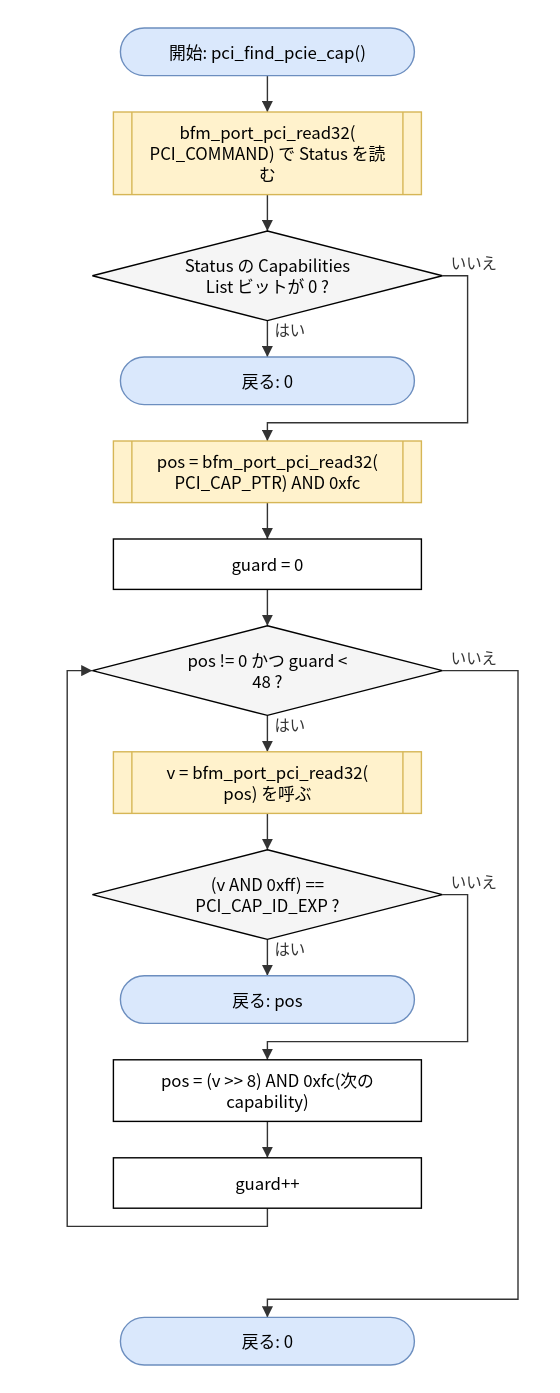
hf355051012-ai/bfmem keeps this draw.io diagram as doc/spec/images/flow_src_bfm_pci-pci_find_pcie_cap.drawio.svg. Above is the earlier version. Source tidied: cells renumbered, new cells last; positions are measured from the earlier drawing's top-left corner, leaving out a move shared by most shapes. Source of this version:
```xml
<mxGraphModel>
  <root>
    <mxCell id="0" />
    <mxCell id="1" parent="0" />
    <mxCell id="2" value="開始: pci_find_pcie_cap()" style="rounded=1;arcSize=50;whiteSpace=wrap;html=1;fillColor=#dae8fc;strokeColor=#6c8ebf;" parent="1" vertex="1">
      <mxGeometry x="38" width="210" height="34" as="geometry" />
    </mxCell>
    <mxCell id="3" value="bfm_port_pci_read32(&lt;br&gt;PCI_COMMAND) で Status を読&lt;br&gt;む" style="shape=process;whiteSpace=wrap;html=1;backgroundOutline=1;size=0.06;fillColor=#fff2cc;strokeColor=#d6b656;" parent="1" vertex="1">
      <mxGeometry x="33" y="60" width="220" height="59" as="geometry" />
    </mxCell>
    <mxCell id="4" value="Status の Capabilities&lt;br&gt;List ビットが 0 ?" style="rhombus;whiteSpace=wrap;html=1;fillColor=#f5f5f5;" parent="1" vertex="1">
      <mxGeometry x="18" y="145" width="250" height="64" as="geometry" />
    </mxCell>
    <mxCell id="5" value="戻る: 0" style="rounded=1;arcSize=50;whiteSpace=wrap;html=1;fillColor=#dae8fc;strokeColor=#6c8ebf;" parent="1" vertex="1">
      <mxGeometry x="38" y="235" width="210" height="34" as="geometry" />
    </mxCell>
    <mxCell id="6" value="pos = bfm_port_pci_read32(&lt;br&gt;PCI_CAP_PTR) AND 0xfc" style="shape=process;whiteSpace=wrap;html=1;backgroundOutline=1;size=0.06;fillColor=#fff2cc;strokeColor=#d6b656;" parent="1" vertex="1">
      <mxGeometry x="33" y="295" width="220" height="44" as="geometry" />
    </mxCell>
    <mxCell id="7" value="guard = 0" style="rounded=0;whiteSpace=wrap;html=1;" parent="1" vertex="1">
      <mxGeometry x="33" y="365" width="220" height="36" as="geometry" />
    </mxCell>
    <mxCell id="8" value="pos != 0 かつ guard &amp;lt;&lt;br&gt;48 ?" style="rhombus;whiteSpace=wrap;html=1;fillColor=#f5f5f5;" parent="1" vertex="1">
      <mxGeometry x="18" y="427" width="250" height="64" as="geometry" />
    </mxCell>
    <mxCell id="9" value="v = bfm_port_pci_read32(&lt;br&gt;pos) を呼ぶ" style="shape=process;whiteSpace=wrap;html=1;backgroundOutline=1;size=0.06;fillColor=#fff2cc;strokeColor=#d6b656;" parent="1" vertex="1">
      <mxGeometry x="33" y="517" width="220" height="44" as="geometry" />
    </mxCell>
    <mxCell id="10" value="(v AND 0xff) ==&lt;br&gt;PCI_CAP_ID_EXP ?" style="rhombus;whiteSpace=wrap;html=1;fillColor=#f5f5f5;" parent="1" vertex="1">
      <mxGeometry x="18" y="587" width="250" height="64" as="geometry" />
    </mxCell>
    <mxCell id="11" value="戻る: pos" style="rounded=1;arcSize=50;whiteSpace=wrap;html=1;fillColor=#dae8fc;strokeColor=#6c8ebf;" parent="1" vertex="1">
      <mxGeometry x="38" y="677" width="210" height="34" as="geometry" />
    </mxCell>
    <mxCell id="12" value="pos = (v &amp;gt;&amp;gt; 8) AND 0xfc(次の&lt;br&gt;capability)" style="rounded=0;whiteSpace=wrap;html=1;" parent="1" vertex="1">
      <mxGeometry x="33" y="737" width="220" height="44" as="geometry" />
    </mxCell>
    <mxCell id="13" value="guard++" style="rounded=0;whiteSpace=wrap;html=1;" parent="1" vertex="1">
      <mxGeometry x="33" y="807" width="220" height="36" as="geometry" />
    </mxCell>
    <mxCell id="14" value="戻る: 0" style="rounded=1;arcSize=50;whiteSpace=wrap;html=1;fillColor=#dae8fc;strokeColor=#6c8ebf;" parent="1" vertex="1">
      <mxGeometry x="38" y="921" width="210" height="34" as="geometry" />
    </mxCell>
    <mxCell id="15" style="edgeStyle=none;html=1;rounded=0;endArrow=block;endFill=1;exitX=0.5000;exitY=1.0000;exitDx=0;exitDy=0;exitPerimeter=0;entryX=0.5000;entryY=0.0000;entryDx=0;entryDy=0;entryPerimeter=0;" parent="1" edge="1" source="2" target="3">
      <mxGeometry relative="1" as="geometry" />
    </mxCell>
    <mxCell id="16" style="edgeStyle=none;html=1;rounded=0;endArrow=block;endFill=1;exitX=0.5000;exitY=1.0000;exitDx=0;exitDy=0;exitPerimeter=0;entryX=0.5000;entryY=0.0000;entryDx=0;entryDy=0;entryPerimeter=0;" parent="1" edge="1" source="3" target="4">
      <mxGeometry relative="1" as="geometry" />
    </mxCell>
    <mxCell id="17" value="はい" style="edgeStyle=none;html=1;rounded=0;endArrow=block;endFill=1;exitX=0.5000;exitY=1.0000;exitDx=0;exitDy=0;exitPerimeter=0;entryX=0.5000;entryY=0.0000;entryDx=0;entryDy=0;entryPerimeter=0;" parent="1" edge="1" source="4" target="5">
      <mxGeometry relative="1" as="geometry" />
    </mxCell>
    <mxCell id="18" value="いいえ" style="edgeStyle=none;html=1;rounded=0;endArrow=block;endFill=1;exitX=1.0000;exitY=0.5000;exitDx=0;exitDy=0;exitPerimeter=0;entryX=0.5000;entryY=0.0000;entryDx=0;entryDy=0;entryPerimeter=0;" parent="1" edge="1" source="4" target="6">
      <mxGeometry relative="1" as="geometry">
        <Array as="points">
          <mxPoint x="286" y="177" />
          <mxPoint x="286" y="282" />
          <mxPoint x="143" y="282" />
        </Array>
      </mxGeometry>
    </mxCell>
    <mxCell id="19" style="edgeStyle=none;html=1;rounded=0;endArrow=block;endFill=1;exitX=0.5000;exitY=1.0000;exitDx=0;exitDy=0;exitPerimeter=0;entryX=0.5000;entryY=0.0000;entryDx=0;entryDy=0;entryPerimeter=0;" parent="1" edge="1" source="6" target="7">
      <mxGeometry relative="1" as="geometry" />
    </mxCell>
    <mxCell id="20" style="edgeStyle=none;html=1;rounded=0;endArrow=block;endFill=1;exitX=0.5000;exitY=1.0000;exitDx=0;exitDy=0;exitPerimeter=0;entryX=0.5000;entryY=0.0000;entryDx=0;entryDy=0;entryPerimeter=0;" parent="1" edge="1" source="7" target="8">
      <mxGeometry relative="1" as="geometry" />
    </mxCell>
    <mxCell id="21" value="はい" style="edgeStyle=none;html=1;rounded=0;endArrow=block;endFill=1;exitX=0.5000;exitY=1.0000;exitDx=0;exitDy=0;exitPerimeter=0;entryX=0.5000;entryY=0.0000;entryDx=0;entryDy=0;entryPerimeter=0;" parent="1" edge="1" source="8" target="9">
      <mxGeometry relative="1" as="geometry" />
    </mxCell>
    <mxCell id="22" style="edgeStyle=none;html=1;rounded=0;endArrow=block;endFill=1;exitX=0.5000;exitY=1.0000;exitDx=0;exitDy=0;exitPerimeter=0;entryX=0.5000;entryY=0.0000;entryDx=0;entryDy=0;entryPerimeter=0;" parent="1" edge="1" source="9" target="10">
      <mxGeometry relative="1" as="geometry" />
    </mxCell>
    <mxCell id="23" value="はい" style="edgeStyle=none;html=1;rounded=0;endArrow=block;endFill=1;exitX=0.5000;exitY=1.0000;exitDx=0;exitDy=0;exitPerimeter=0;entryX=0.5000;entryY=0.0000;entryDx=0;entryDy=0;entryPerimeter=0;" parent="1" edge="1" source="10" target="11">
      <mxGeometry relative="1" as="geometry" />
    </mxCell>
    <mxCell id="24" value="いいえ" style="edgeStyle=none;html=1;rounded=0;endArrow=block;endFill=1;exitX=1.0000;exitY=0.5000;exitDx=0;exitDy=0;exitPerimeter=0;entryX=0.5000;entryY=0.0000;entryDx=0;entryDy=0;entryPerimeter=0;" parent="1" edge="1" source="10" target="12">
      <mxGeometry relative="1" as="geometry">
        <Array as="points">
          <mxPoint x="286" y="619" />
          <mxPoint x="286" y="724" />
          <mxPoint x="143" y="724" />
        </Array>
      </mxGeometry>
    </mxCell>
    <mxCell id="25" style="edgeStyle=none;html=1;rounded=0;endArrow=block;endFill=1;exitX=0.5000;exitY=1.0000;exitDx=0;exitDy=0;exitPerimeter=0;entryX=0.5000;entryY=0.0000;entryDx=0;entryDy=0;entryPerimeter=0;" parent="1" edge="1" source="12" target="13">
      <mxGeometry relative="1" as="geometry" />
    </mxCell>
    <mxCell id="26" style="edgeStyle=none;html=1;rounded=0;endArrow=block;endFill=1;exitX=0.5000;exitY=1.0000;exitDx=0;exitDy=0;exitPerimeter=0;entryX=0.0000;entryY=0.5000;entryDx=0;entryDy=0;entryPerimeter=0;" parent="1" edge="1" source="13" target="8">
      <mxGeometry relative="1" as="geometry">
        <Array as="points">
          <mxPoint x="143" y="856" />
          <mxPoint y="856" />
          <mxPoint y="459" />
        </Array>
      </mxGeometry>
    </mxCell>
    <mxCell id="27" value="いいえ" style="edgeStyle=none;html=1;rounded=0;endArrow=block;endFill=1;exitX=1.0000;exitY=0.5000;exitDx=0;exitDy=0;exitPerimeter=0;entryX=0.5000;entryY=0.0000;entryDx=0;entryDy=0;entryPerimeter=0;" parent="1" edge="1" source="8" target="14">
      <mxGeometry relative="1" as="geometry">
        <Array as="points">
          <mxPoint x="322" y="459" />
          <mxPoint x="322" y="908" />
          <mxPoint x="143" y="908" />
        </Array>
      </mxGeometry>
    </mxCell>
  </root>
</mxGraphModel>
```
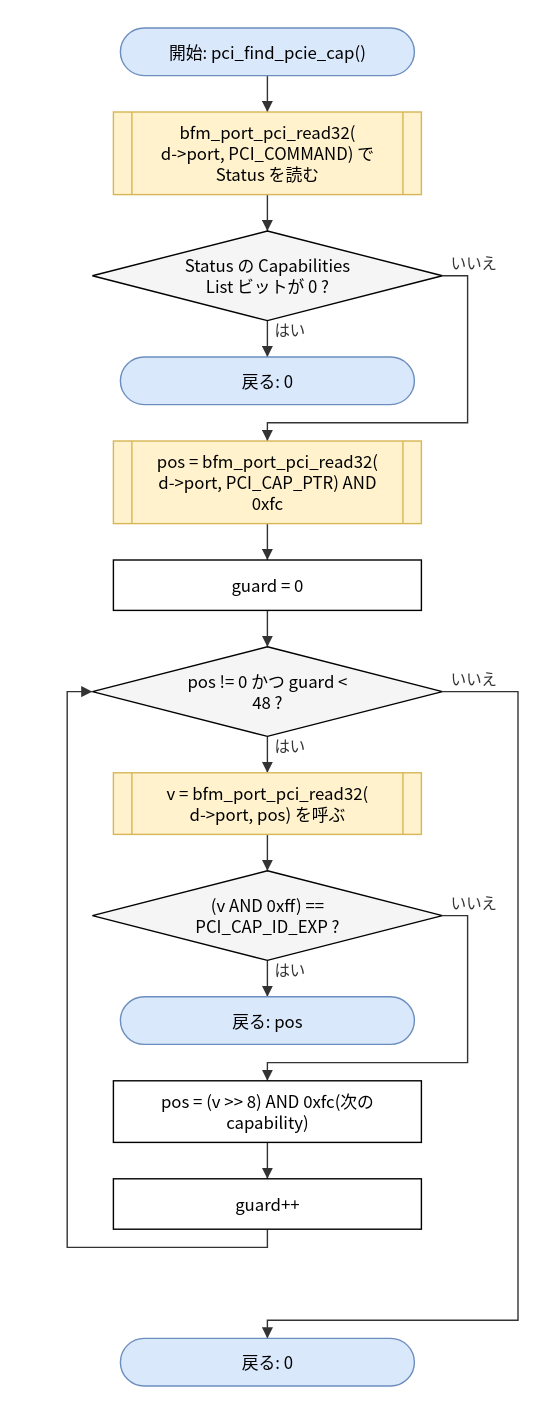
After the change.

The edit, as a diff of the source:
```diff
@@ -3,19 +3,19 @@
     <mxCell id="0" />
     <mxCell id="1" parent="0" />
     <mxCell id="2" value="開始: pci_find_pcie_cap()" style="rounded=1;arcSize=50;whiteSpace=wrap;html=1;fillColor=#dae8fc;strokeColor=#6c8ebf;" parent="1" vertex="1">
-      <mxGeometry x="38" width="210" height="34" as="geometry" />
+      <mxGeometry x="38" y="-15" width="210" height="34" as="geometry" />
     </mxCell>
-    <mxCell id="3" value="bfm_port_pci_read32(&lt;br&gt;PCI_COMMAND) で Status を読&lt;br&gt;む" style="shape=process;whiteSpace=wrap;html=1;backgroundOutline=1;size=0.06;fillColor=#fff2cc;strokeColor=#d6b656;" parent="1" vertex="1">
-      <mxGeometry x="33" y="60" width="220" height="59" as="geometry" />
+    <mxCell id="3" value="bfm_port_pci_read32(&lt;br&gt;d-&amp;gt;port, PCI_COMMAND) で&lt;br&gt;Status を読む" style="shape=process;whiteSpace=wrap;html=1;backgroundOutline=1;size=0.06;fillColor=#fff2cc;strokeColor=#d6b656;" parent="1" vertex="1">
+      <mxGeometry x="33" y="45" width="220" height="59" as="geometry" />
     </mxCell>
     <mxCell id="4" value="Status の Capabilities&lt;br&gt;List ビットが 0 ?" style="rhombus;whiteSpace=wrap;html=1;fillColor=#f5f5f5;" parent="1" vertex="1">
-      <mxGeometry x="18" y="145" width="250" height="64" as="geometry" />
+      <mxGeometry x="18" y="130" width="250" height="64" as="geometry" />
     </mxCell>
     <mxCell id="5" value="戻る: 0" style="rounded=1;arcSize=50;whiteSpace=wrap;html=1;fillColor=#dae8fc;strokeColor=#6c8ebf;" parent="1" vertex="1">
-      <mxGeometry x="38" y="235" width="210" height="34" as="geometry" />
+      <mxGeometry x="38" y="220" width="210" height="34" as="geometry" />
     </mxCell>
-    <mxCell id="6" value="pos = bfm_port_pci_read32(&lt;br&gt;PCI_CAP_PTR) AND 0xfc" style="shape=process;whiteSpace=wrap;html=1;backgroundOutline=1;size=0.06;fillColor=#fff2cc;strokeColor=#d6b656;" parent="1" vertex="1">
-      <mxGeometry x="33" y="295" width="220" height="44" as="geometry" />
+    <mxCell id="6" value="pos = bfm_port_pci_read32(&lt;br&gt;d-&amp;gt;port, PCI_CAP_PTR) AND&lt;br&gt;0xfc" style="shape=process;whiteSpace=wrap;html=1;backgroundOutline=1;size=0.06;fillColor=#fff2cc;strokeColor=#d6b656;" parent="1" vertex="1">
+      <mxGeometry x="33" y="280" width="220" height="59" as="geometry" />
     </mxCell>
     <mxCell id="7" value="guard = 0" style="rounded=0;whiteSpace=wrap;html=1;" parent="1" vertex="1">
       <mxGeometry x="33" y="365" width="220" height="36" as="geometry" />
@@ -23,7 +23,7 @@
     <mxCell id="8" value="pos != 0 かつ guard &amp;lt;&lt;br&gt;48 ?" style="rhombus;whiteSpace=wrap;html=1;fillColor=#f5f5f5;" parent="1" vertex="1">
       <mxGeometry x="18" y="427" width="250" height="64" as="geometry" />
     </mxCell>
-    <mxCell id="9" value="v = bfm_port_pci_read32(&lt;br&gt;pos) を呼ぶ" style="shape=process;whiteSpace=wrap;html=1;backgroundOutline=1;size=0.06;fillColor=#fff2cc;strokeColor=#d6b656;" parent="1" vertex="1">
+    <mxCell id="9" value="v = bfm_port_pci_read32(&lt;br&gt;d-&amp;gt;port, pos) を呼ぶ" style="shape=process;whiteSpace=wrap;html=1;backgroundOutline=1;size=0.06;fillColor=#fff2cc;strokeColor=#d6b656;" parent="1" vertex="1">
       <mxGeometry x="33" y="517" width="220" height="44" as="geometry" />
     </mxCell>
     <mxCell id="10" value="(v AND 0xff) ==&lt;br&gt;PCI_CAP_ID_EXP ?" style="rhombus;whiteSpace=wrap;html=1;fillColor=#f5f5f5;" parent="1" vertex="1">
@@ -53,9 +53,9 @@
     <mxCell id="18" value="いいえ" style="edgeStyle=none;html=1;rounded=0;endArrow=block;endFill=1;exitX=1.0000;exitY=0.5000;exitDx=0;exitDy=0;exitPerimeter=0;entryX=0.5000;entryY=0.0000;entryDx=0;entryDy=0;entryPerimeter=0;" parent="1" edge="1" source="4" target="6">
       <mxGeometry relative="1" as="geometry">
         <Array as="points">
-          <mxPoint x="286" y="177" />
-          <mxPoint x="286" y="282" />
-          <mxPoint x="143" y="282" />
+          <mxPoint x="286" y="162" />
+          <mxPoint x="286" y="267" />
+          <mxPoint x="143" y="267" />
         </Array>
       </mxGeometry>
     </mxCell>
```
